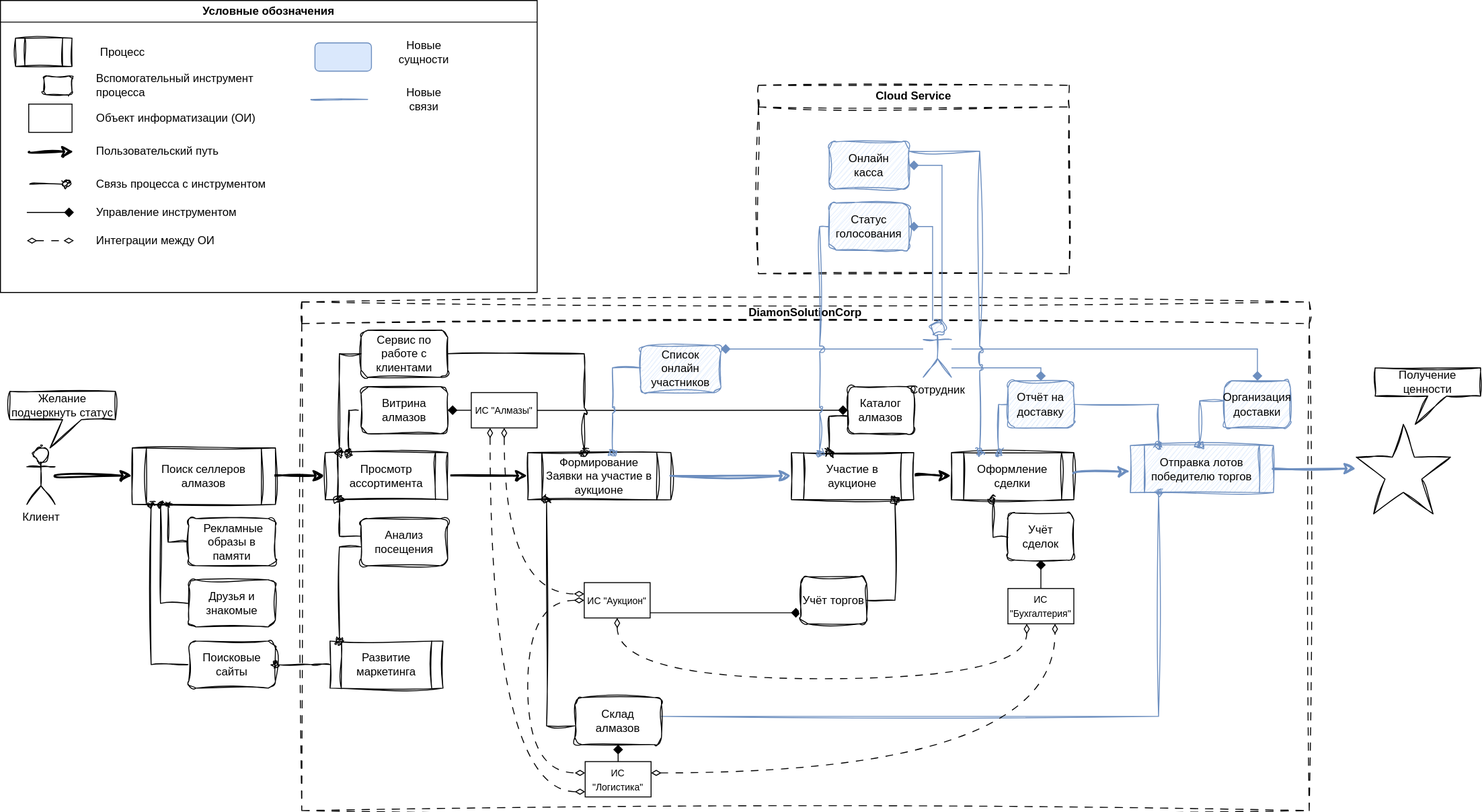
Before: task1/DIamonSolution-MVP.drawio.svg, a diagram exported from draw.io (SkySai1/Solution-DiamondUniverse). Source tidied: cells renumbered, new cells last; positions are measured from the earlier drawing's top-left corner, leaving out a move shared by most shapes.
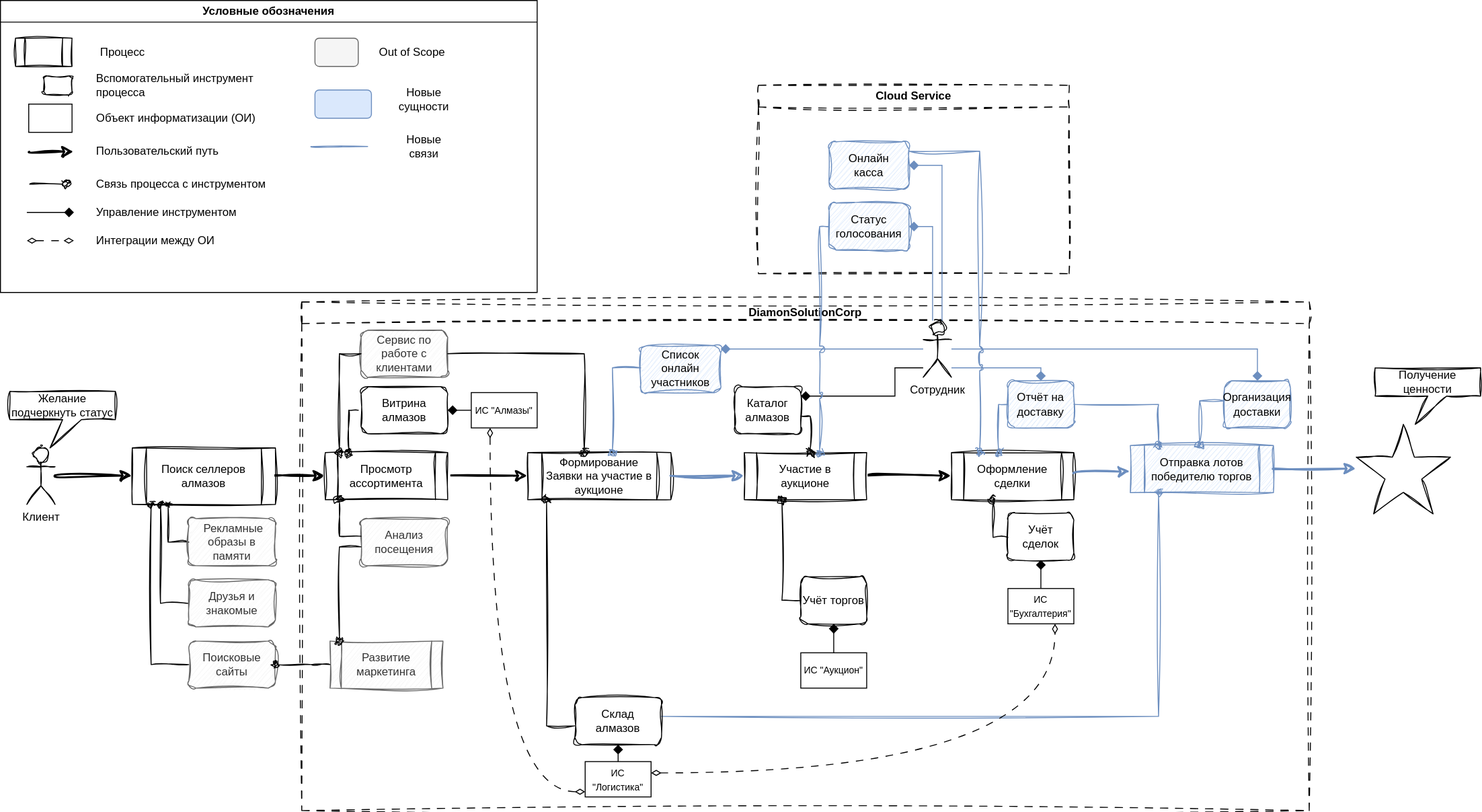
After the commit.

Commit message:
обновление схем

Diff of the diagram source:
```diff
@@ -24,7 +24,7 @@
         </Array>
       </mxGeometry>
     </mxCell>
-    <mxCell id="8" value="&amp;nbsp;Рекламные образы в памяти" style="rounded=1;whiteSpace=wrap;html=1;sketch=1;curveFitting=1;jiggle=2;" parent="1" vertex="1">
+    <mxCell id="8" value="&amp;nbsp;Рекламные образы в памяти" style="rounded=1;whiteSpace=wrap;html=1;sketch=1;curveFitting=1;jiggle=2;fillColor=#f5f5f5;fontColor=#333333;strokeColor=#666666;" parent="1" vertex="1">
       <mxGeometry x="200" y="550" width="92" height="50" as="geometry" />
     </mxCell>
     <mxCell id="9" style="edgeStyle=orthogonalEdgeStyle;rounded=0;jettySize=auto;html=1;fontSize=12;startSize=8;endSize=4;endArrow=oval;endFill=1;sketch=1;curveFitting=1;jiggle=2;" parent="1" edge="1" source="10" target="6">
@@ -34,7 +34,7 @@
         </Array>
       </mxGeometry>
     </mxCell>
-    <mxCell id="10" value="Друзья и знакомые" style="rounded=1;whiteSpace=wrap;html=1;sketch=1;curveFitting=1;jiggle=2;gradientColor=none;" parent="1" vertex="1">
+    <mxCell id="10" value="Друзья и знакомые" style="rounded=1;whiteSpace=wrap;html=1;sketch=1;curveFitting=1;jiggle=2;fillColor=#f5f5f5;fontColor=#333333;strokeColor=#666666;" parent="1" vertex="1">
       <mxGeometry x="200" y="615" width="92" height="50" as="geometry" />
     </mxCell>
     <mxCell id="11" style="edgeStyle=orthogonalEdgeStyle;rounded=0;jettySize=auto;html=1;fontSize=12;startSize=8;endSize=4;endArrow=oval;endFill=1;sketch=1;curveFitting=1;jiggle=2;" parent="1" edge="1" source="12" target="6">
@@ -44,13 +44,13 @@
         </Array>
       </mxGeometry>
     </mxCell>
-    <mxCell id="12" value="Поисковые сайты" style="rounded=1;whiteSpace=wrap;html=1;sketch=1;curveFitting=1;jiggle=2;gradientColor=none;" parent="1" vertex="1">
+    <mxCell id="12" value="Поисковые сайты" style="rounded=1;whiteSpace=wrap;html=1;sketch=1;curveFitting=1;jiggle=2;fillColor=#f5f5f5;fontColor=#333333;strokeColor=#666666;" parent="1" vertex="1">
       <mxGeometry x="200" y="680" width="92" height="50" as="geometry" />
     </mxCell>
     <mxCell id="13" value="DiamonSolutionCorp" style="swimlane;whiteSpace=wrap;html=1;sketch=1;curveFitting=1;jiggle=2;swimlaneLine=1;glass=0;dashed=1;dashPattern=8 8;" parent="1" vertex="1">
       <mxGeometry x="320" y="320" width="1070" height="540" as="geometry" />
     </mxCell>
-    <mxCell id="14" value="Развитие маркетинга" style="shape=process;whiteSpace=wrap;html=1;backgroundOutline=1;sketch=1;curveFitting=1;jiggle=2;" parent="13" vertex="1">
+    <mxCell id="14" value="Развитие маркетинга" style="shape=process;whiteSpace=wrap;html=1;backgroundOutline=1;sketch=1;curveFitting=1;jiggle=2;fillColor=#f5f5f5;fontColor=#333333;strokeColor=#666666;" parent="13" vertex="1">
       <mxGeometry x="30" y="360" width="120" height="50" as="geometry" />
     </mxCell>
     <mxCell id="15" style="edgeStyle=none;curved=1;rounded=0;jettySize=auto;html=1;fontSize=12;startSize=8;endSize=8;sketch=1;curveFitting=1;jiggle=2;strokeWidth=2;" parent="13" edge="1" source="16" target="28">
@@ -70,7 +70,7 @@
     <mxCell id="18" value="Витрина алмазов" style="rounded=1;whiteSpace=wrap;html=1;sketch=1;curveFitting=1;jiggle=2;" parent="13" vertex="1">
       <mxGeometry x="63" y="90" width="92" height="50" as="geometry" />
     </mxCell>
-    <mxCell id="19" value="Сервис по работе с клиентами" style="rounded=1;whiteSpace=wrap;html=1;sketch=1;curveFitting=1;jiggle=2;" parent="13" vertex="1">
+    <mxCell id="19" value="Сервис по работе с клиентами" style="rounded=1;whiteSpace=wrap;html=1;sketch=1;curveFitting=1;jiggle=2;fillColor=#f5f5f5;fontColor=#333333;strokeColor=#666666;" parent="13" vertex="1">
       <mxGeometry x="63" y="30" width="92" height="50" as="geometry" />
     </mxCell>
     <mxCell id="20" style="edgeStyle=orthogonalEdgeStyle;rounded=0;jettySize=auto;html=1;fontSize=12;startSize=8;endSize=6;endArrow=oval;endFill=1;sketch=1;curveFitting=1;jiggle=2;" parent="13" edge="1" source="19" target="16">
@@ -83,9 +83,6 @@
     <mxCell id="21" style="edgeStyle=none;curved=1;rounded=0;jettySize=auto;html=1;fontSize=12;startSize=8;endSize=8;endArrow=diamond;endFill=1;" parent="13" edge="1" source="24" target="18">
       <mxGeometry relative="1" as="geometry" />
     </mxCell>
-    <mxCell id="22" style="edgeStyle=orthogonalEdgeStyle;rounded=0;jettySize=auto;html=1;fontSize=12;startSize=8;endSize=8;endArrow=diamond;endFill=1;" parent="13" edge="1" source="24" target="45">
-      <mxGeometry relative="1" as="geometry" />
-    </mxCell>
     <mxCell id="23" style="edgeStyle=orthogonalEdgeStyle;curved=1;rounded=0;jettySize=auto;html=1;fontSize=12;startSize=8;endSize=8;dashed=1;dashPattern=8 8;endArrow=diamondThin;endFill=0;startArrow=diamondThin;startFill=0;" parent="13" edge="1" source="24" target="41">
       <mxGeometry relative="1" as="geometry">
         <Array as="points">
@@ -96,7 +93,7 @@
     <mxCell id="24" value="&lt;font style=&quot;font-size: 10px;&quot;&gt;ИС &quot;Алмазы&quot;&lt;/font&gt;" style="rounded=0;whiteSpace=wrap;html=1;" parent="13" vertex="1">
       <mxGeometry x="180" y="96.2" width="70" height="37.5" as="geometry" />
     </mxCell>
-    <mxCell id="25" value="Анализ посещения" style="rounded=1;whiteSpace=wrap;html=1;sketch=1;curveFitting=1;jiggle=2;" parent="13" vertex="1">
+    <mxCell id="25" value="Анализ посещения" style="rounded=1;whiteSpace=wrap;html=1;sketch=1;curveFitting=1;jiggle=2;fillColor=#f5f5f5;fontColor=#333333;strokeColor=#666666;" parent="13" vertex="1">
       <mxGeometry x="63" y="230" width="92" height="50" as="geometry" />
     </mxCell>
     <mxCell id="26" style="edgeStyle=orthogonalEdgeStyle;rounded=0;jettySize=auto;html=1;fontSize=12;startSize=8;endSize=6;endArrow=oval;endFill=1;sketch=1;curveFitting=1;jiggle=2;" parent="13" edge="1" source="25" target="16">
@@ -116,22 +113,17 @@
     <mxCell id="28" value="Формирование Заявки на участие в аукционе" style="shape=process;whiteSpace=wrap;html=1;backgroundOutline=1;sketch=1;curveFitting=1;jiggle=2;" parent="13" vertex="1">
       <mxGeometry x="240" y="160" width="152" height="50" as="geometry" />
     </mxCell>
-    <mxCell id="29" style="edgeStyle=orthogonalEdgeStyle;rounded=0;jettySize=auto;html=1;fontSize=12;startSize=8;endSize=8;endArrow=diamond;endFill=1;" parent="13" edge="1" source="30" target="33">
-      <mxGeometry relative="1" as="geometry">
-        <Array as="points">
-          <mxPoint x="450" y="330" />
-          <mxPoint x="450" y="330" />
-        </Array>
-      </mxGeometry>
+    <mxCell id="29" style="edgeStyle=none;curved=1;rounded=0;jettySize=auto;html=1;fontSize=12;startSize=8;endSize=8;endArrow=diamond;endFill=1;" parent="13" edge="1" source="30" target="33">
+      <mxGeometry relative="1" as="geometry" />
     </mxCell>
     <mxCell id="30" value="&lt;font style=&quot;font-size: 10px;&quot;&gt;ИС &quot;Аукцион&quot;&lt;/font&gt;" style="rounded=0;whiteSpace=wrap;html=1;" parent="13" vertex="1">
-      <mxGeometry x="300" y="298" width="70" height="37.5" as="geometry" />
+      <mxGeometry x="530" y="372.5" width="70" height="37.5" as="geometry" />
     </mxCell>
     <mxCell id="31" style="edgeStyle=none;curved=1;rounded=0;jettySize=auto;html=1;fontSize=12;startSize=8;endSize=8;sketch=1;curveFitting=1;jiggle=2;strokeWidth=2;" parent="13" edge="1" source="32" target="35">
       <mxGeometry relative="1" as="geometry" />
     </mxCell>
     <mxCell id="32" value="Участие в аукционе" style="shape=process;whiteSpace=wrap;html=1;backgroundOutline=1;sketch=1;curveFitting=1;jiggle=2;" parent="13" vertex="1">
-      <mxGeometry x="520" y="160" width="130" height="50" as="geometry" />
+      <mxGeometry x="470" y="160" width="130" height="50" as="geometry" />
     </mxCell>
     <mxCell id="33" value="Учёт торгов" style="rounded=1;whiteSpace=wrap;html=1;sketch=1;curveFitting=1;jiggle=2;" parent="13" vertex="1">
       <mxGeometry x="530" y="291.8" width="70" height="50" as="geometry" />
@@ -139,7 +131,7 @@
     <mxCell id="34" style="edgeStyle=orthogonalEdgeStyle;rounded=0;jettySize=auto;html=1;fontSize=12;startSize=8;endSize=6;endArrow=oval;endFill=1;sketch=1;curveFitting=1;jiggle=2;" parent="13" edge="1" source="33" target="32">
       <mxGeometry relative="1" as="geometry">
         <Array as="points">
-          <mxPoint x="630" y="316.8" />
+          <mxPoint x="510" y="316.8" />
         </Array>
       </mxGeometry>
     </mxCell>
@@ -186,12 +178,12 @@
       <mxGeometry x="750" y="304.2" width="70" height="37.5" as="geometry" />
     </mxCell>
     <mxCell id="45" value="Каталог алмазов" style="rounded=1;whiteSpace=wrap;html=1;sketch=1;curveFitting=1;jiggle=2;" parent="13" vertex="1">
-      <mxGeometry x="580" y="90" width="70" height="50" as="geometry" />
+      <mxGeometry x="460" y="90" width="70" height="50" as="geometry" />
     </mxCell>
-    <mxCell id="46" style="edgeStyle=orthogonalEdgeStyle;rounded=0;jettySize=auto;html=1;fontSize=12;startSize=8;endSize=6;endArrow=oval;endFill=1;sketch=1;curveFitting=1;jiggle=2;exitX=0;exitY=0.5;exitDx=0;exitDy=0;" parent="13" edge="1" source="45" target="32">
+    <mxCell id="46" style="edgeStyle=orthogonalEdgeStyle;rounded=0;jettySize=auto;html=1;fontSize=12;startSize=8;endSize=6;endArrow=oval;endFill=1;sketch=1;curveFitting=1;jiggle=2;" parent="13" edge="1" source="45" target="32">
       <mxGeometry relative="1" as="geometry">
         <Array as="points">
-          <mxPoint x="560" y="121.3" />
+          <mxPoint x="540" y="121.3" />
         </Array>
       </mxGeometry>
     </mxCell>
@@ -202,22 +194,6 @@
         </Array>
       </mxGeometry>
     </mxCell>
-    <mxCell id="48" style="edgeStyle=orthogonalEdgeStyle;curved=1;rounded=0;jettySize=auto;html=1;fontSize=12;startSize=8;endSize=8;dashed=1;dashPattern=8 8;endArrow=diamondThin;endFill=0;startArrow=diamondThin;startFill=0;" parent="13" edge="1" source="30" target="41">
-      <mxGeometry relative="1" as="geometry">
-        <Array as="points">
-          <mxPoint x="240" y="316.8" />
-          <mxPoint x="240" y="500" />
-        </Array>
-      </mxGeometry>
-    </mxCell>
-    <mxCell id="49" style="edgeStyle=orthogonalEdgeStyle;curved=1;rounded=0;jettySize=auto;html=1;fontSize=12;startSize=8;endSize=8;dashed=1;dashPattern=8 8;endArrow=diamondThin;endFill=0;startArrow=diamondThin;startFill=0;" parent="13" edge="1" source="30" target="44">
-      <mxGeometry relative="1" as="geometry">
-        <Array as="points">
-          <mxPoint x="335" y="400" />
-          <mxPoint x="770" y="400" />
-        </Array>
-      </mxGeometry>
-    </mxCell>
     <mxCell id="50" style="edgeStyle=orthogonalEdgeStyle;curved=1;rounded=0;jettySize=auto;html=1;fontSize=12;startSize=8;endSize=8;dashed=1;dashPattern=8 8;endArrow=diamondThin;endFill=0;startArrow=diamondThin;startFill=0;" parent="13" edge="1" source="41" target="44">
       <mxGeometry relative="1" as="geometry">
         <Array as="points">
@@ -226,13 +202,6 @@
         </Array>
       </mxGeometry>
     </mxCell>
-    <mxCell id="51" style="edgeStyle=orthogonalEdgeStyle;curved=1;rounded=0;jettySize=auto;html=1;fontSize=12;startSize=8;endSize=8;dashed=1;dashPattern=8 8;endArrow=diamondThin;endFill=0;startArrow=diamondThin;startFill=0;" parent="13" edge="1" source="24" target="30">
-      <mxGeometry relative="1" as="geometry">
-        <Array as="points">
-          <mxPoint x="215" y="310" />
-        </Array>
-      </mxGeometry>
-    </mxCell>
     <mxCell id="52" style="edgeStyle=orthogonalEdgeStyle;rounded=0;jettySize=auto;html=1;fontSize=12;startSize=8;endSize=8;sketch=1;curveFitting=1;jiggle=2;jumpStyle=arc;strokeWidth=2;fillColor=#dae8fc;strokeColor=#6c8ebf;" parent="13" edge="1" source="28" target="32">
       <mxGeometry relative="1" as="geometry" />
     </mxCell>
@@ -259,7 +228,15 @@
         </Array>
       </mxGeometry>
     </mxCell>
+    <mxCell id="96" style="edgeStyle=orthogonalEdgeStyle;rounded=0;jettySize=auto;html=1;fontSize=12;startSize=8;endSize=8;endArrow=diamond;endFill=1;" parent="13" edge="1" source="58" target="45">
+      <mxGeometry relative="1" as="geometry">
+        <Array as="points">
+          <mxPoint x="630" y="70" />
+          <mxPoint x="630" y="100" />
+        </Array>
+      </mxGeometry>
+    </mxCell>
-    <mxCell id="58" value="Сотрудник" style="shape=umlActor;verticalLabelPosition=bottom;verticalAlign=top;html=1;outlineConnect=0;fillColor=#dae8fc;strokeColor=#6c8ebf;sketch=1;curveFitting=1;jiggle=2;" parent="13" vertex="1">
+    <mxCell id="58" value="Сотрудник" style="shape=umlActor;verticalLabelPosition=bottom;verticalAlign=top;html=1;outlineConnect=0;sketch=1;curveFitting=1;jiggle=2;" parent="13" vertex="1">
       <mxGeometry x="660" y="20" width="30" height="60" as="geometry" />
     </mxCell>
     <mxCell id="59" value="Список онлайн участников" style="rounded=1;whiteSpace=wrap;html=1;sketch=1;curveFitting=1;jiggle=2;fillColor=#dae8fc;strokeColor=#6c8ebf;" parent="13" vertex="1">
@@ -381,20 +358,26 @@
       <mxGeometry x="100" y="240" width="200" height="30" as="geometry" />
     </mxCell>
     <mxCell id="85" style="rounded=1;whiteSpace=wrap;html=1;fillColor=#dae8fc;strokeColor=#6c8ebf;" parent="70" vertex="1">
-      <mxGeometry x="334" y="45" width="60" height="30" as="geometry" />
+      <mxGeometry x="334" y="95" width="60" height="30" as="geometry" />
     </mxCell>
     <mxCell id="86" value="Новые сущности" style="text;html=1;whiteSpace=wrap;strokeColor=none;fillColor=none;align=center;verticalAlign=middle;rounded=0;" parent="70" vertex="1">
-      <mxGeometry x="420" y="40" width="60" height="30" as="geometry" />
+      <mxGeometry x="420" y="90" width="60" height="30" as="geometry" />
     </mxCell>
     <mxCell id="87" style="endArrow=none;html=1;rounded=0;fontSize=12;startSize=8;endSize=8;curved=1;fillColor=#dae8fc;strokeColor=#6c8ebf;sketch=1;curveFitting=1;jiggle=2;" parent="70" edge="1">
       <mxGeometry relative="1" as="geometry">
-        <mxPoint x="330" y="105" as="sourcePoint" />
-        <mxPoint x="390" y="105" as="targetPoint" />
+        <mxPoint x="330" y="155" as="sourcePoint" />
+        <mxPoint x="390" y="155" as="targetPoint" />
       </mxGeometry>
     </mxCell>
     <mxCell id="88" value="Новые связи" style="text;html=1;whiteSpace=wrap;strokeColor=none;fillColor=none;align=center;verticalAlign=middle;rounded=0;" parent="70" vertex="1">
-      <mxGeometry x="420" y="90" width="60" height="30" as="geometry" />
+      <mxGeometry x="420" y="140" width="60" height="30" as="geometry" />
     </mxCell>
+    <mxCell id="97" style="rounded=1;whiteSpace=wrap;html=1;fillColor=#f5f5f5;fontColor=#333333;strokeColor=#666666;" parent="70" vertex="1">
+      <mxGeometry x="334" y="40" width="46" height="30" as="geometry" />
+    </mxCell>
+    <mxCell id="98" value="Out of Scope" style="text;html=1;whiteSpace=wrap;strokeColor=none;fillColor=none;align=center;verticalAlign=middle;rounded=0;" parent="70" vertex="1">
+      <mxGeometry x="400" y="40" width="75" height="30" as="geometry" />
+    </mxCell>
     <mxCell id="89" value="Cloud Service" style="swimlane;whiteSpace=wrap;html=1;sketch=1;curveFitting=1;jiggle=2;dashed=1;dashPattern=8 8;" parent="1" vertex="1">
       <mxGeometry x="805" y="90" width="330" height="200" as="geometry" />
     </mxCell>
```
